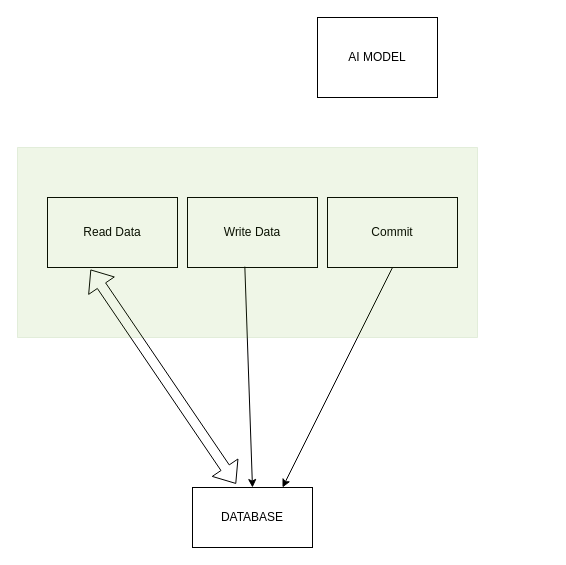
The draw.io diagram DB agent system.drawio in Aparup123/Drawio, before the edit. Source tidied: cells renumbered, new cells numbered last; positions are measured from the earlier drawing's top-left corner, leaving out a move shared by most shapes. Both pictures are drawn from the tidied source at 100%, with x=0, y=0 at pixel (17, 17).
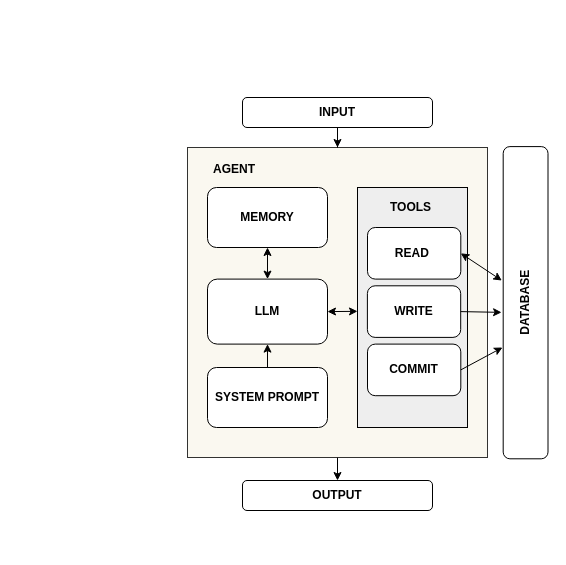
The same page after the edit.

The edit, as a diff of the source:
```diff
@@
+    <mxCell id="11" style="edgeStyle=orthogonalEdgeStyle;rounded=0;jettySize=auto;html=1;" parent="1" edge="1" source="12" target="25">
+      <mxGeometry relative="1" as="geometry" />
+    </mxCell>
+    <mxCell id="12" style="rounded=0;whiteSpace=wrap;html=1;shadow=0;glass=0;opacity=80;fillColor=#f9f7ed;strokeColor=default;" parent="1" vertex="1">
+      <mxGeometry x="170" y="130" width="300" height="310" as="geometry" />
+    </mxCell>
+    <mxCell id="13" style="rounded=0;whiteSpace=wrap;html=1;fillColor=#eeeeee;strokeColor=default;" parent="1" vertex="1">
+      <mxGeometry x="340" y="170" width="110" height="240" as="geometry" />
+    </mxCell>
-    <mxCell id="2" value="AI MODEL" style="rounded=0;whiteSpace=wrap;html=1;" parent="1" vertex="1">
-      <mxGeometry x="300" width="120" height="80" as="geometry" />
+    <mxCell id="2" value="&lt;font face=&quot;Helvetica&quot;&gt;&lt;b&gt;LLM&lt;/b&gt;&lt;/font&gt;" style="rounded=1;whiteSpace=wrap;html=1;" parent="1" vertex="1">
+      <mxGeometry x="190" y="261.6" width="120" height="65" as="geometry" />
     </mxCell>
-    <mxCell id="3" value="DATABASE" style="rounded=0;whiteSpace=wrap;html=1;" parent="1" vertex="1">
-      <mxGeometry x="175" y="470" width="120" height="60" as="geometry" />
+    <mxCell id="3" value="&lt;font face=&quot;Helvetica&quot;&gt;&lt;b&gt;DATABASE&lt;/b&gt;&lt;/font&gt;" style="rounded=1;whiteSpace=wrap;html=1;rotation=-90;" parent="1" vertex="1">
+      <mxGeometry x="352" y="262.8" width="312.2" height="44.8" as="geometry" />
     </mxCell>
+    <mxCell id="14" style="edgeStyle=orthogonalEdgeStyle;rounded=0;jettySize=auto;html=1;entryX=0.5;entryY=0;entryDx=0;entryDy=0;" parent="1" edge="1" source="15" target="12">
+      <mxGeometry relative="1" as="geometry" />
+    </mxCell>
+    <mxCell id="15" value="&lt;pre&gt;&lt;font face=&quot;Helvetica&quot;&gt;&lt;b&gt;INPUT&lt;/b&gt;&lt;/font&gt;&lt;/pre&gt;" style="rounded=1;whiteSpace=wrap;html=1;" parent="1" vertex="1">
+      <mxGeometry x="225" y="80" width="190" height="30" as="geometry" />
+    </mxCell>
+    <mxCell id="16" value="&lt;font face=&quot;Helvetica&quot;&gt;&lt;b&gt;MEMORY&lt;/b&gt;&lt;/font&gt;" style="rounded=1;whiteSpace=wrap;html=1;" parent="1" vertex="1">
+      <mxGeometry x="190" y="170" width="120" height="60" as="geometry" />
+    </mxCell>
+    <mxCell id="17" value="&lt;font face=&quot;Helvetica&quot;&gt;&lt;b&gt;AGENT&lt;/b&gt;&lt;/font&gt;" style="text;html=1;whiteSpace=wrap;strokeColor=none;fillColor=none;align=center;verticalAlign=middle;rounded=0;" parent="1" vertex="1">
+      <mxGeometry x="187" y="137" width="60" height="30" as="geometry" />
+    </mxCell>
-    <mxCell id="4" value="Read Data" style="rounded=0;whiteSpace=wrap;html=1;" parent="1" vertex="1">
-      <mxGeometry x="30" y="180" width="130" height="70" as="geometry" />
+    <mxCell id="4" value="&lt;font face=&quot;Helvetica&quot;&gt;&lt;b&gt;READ&amp;nbsp;&lt;/b&gt;&lt;/font&gt;" style="rounded=1;whiteSpace=wrap;html=1;" parent="1" vertex="1">
+      <mxGeometry x="350" y="210" width="93.3" height="51.6" as="geometry" />
     </mxCell>
-    <mxCell id="5" value="Write Data" style="rounded=0;whiteSpace=wrap;html=1;" parent="1" vertex="1">
-      <mxGeometry x="170" y="180" width="130" height="70" as="geometry" />
+    <mxCell id="5" value="&lt;font face=&quot;Helvetica&quot;&gt;&lt;b&gt;WRITE&lt;/b&gt;&lt;/font&gt;" style="rounded=1;whiteSpace=wrap;html=1;" parent="1" vertex="1">
+      <mxGeometry x="349.9" y="268.3" width="93.3" height="51.6" as="geometry" />
     </mxCell>
-    <mxCell id="6" value="Commit" style="rounded=0;whiteSpace=wrap;html=1;" parent="1" vertex="1">
-      <mxGeometry x="310" y="180" width="130" height="70" as="geometry" />
+    <mxCell id="6" value="&lt;font face=&quot;Helvetica&quot;&gt;&lt;b&gt;COMMIT&lt;/b&gt;&lt;/font&gt;" style="rounded=1;whiteSpace=wrap;html=1;" parent="1" vertex="1">
+      <mxGeometry x="350" y="326.6" width="93.3" height="51.6" as="geometry" />
     </mxCell>
-    <mxCell id="7" style="shape=flexArrow;endArrow=classic;startArrow=classic;html=1;rounded=0;entryX=0.363;entryY=-0.061;entryDx=0;entryDy=0;entryPerimeter=0;exitX=0.331;exitY=1.029;exitDx=0;exitDy=0;exitPerimeter=0;" parent="1" edge="1" source="4" target="3">
-      <mxGeometry relative="1" as="geometry" />
-    </mxCell>
+    <mxCell id="18" value="&lt;font face=&quot;Helvetica&quot;&gt;&lt;b&gt;TOOLS&lt;/b&gt;&lt;/font&gt;" style="text;html=1;whiteSpace=wrap;strokeColor=none;fillColor=none;align=center;verticalAlign=middle;rounded=1;" parent="1" vertex="1">
+      <mxGeometry x="372" y="178.9" width="43" height="22.1" as="geometry" />
+    </mxCell>
+    <mxCell id="19" value="&lt;font face=&quot;Helvetica&quot;&gt;&lt;b&gt;SYSTEM PROMPT&lt;/b&gt;&lt;/font&gt;" style="rounded=1;whiteSpace=wrap;html=1;glass=0;shadow=0;" parent="1" vertex="1">
+      <mxGeometry x="190" y="350" width="120" height="60" as="geometry" />
+    </mxCell>
+    <mxCell id="20" style="endArrow=classic;startArrow=classic;html=1;rounded=0;entryX=1;entryY=0.5;entryDx=0;entryDy=0;exitX=0.571;exitY=-0.03;exitDx=0;exitDy=0;exitPerimeter=0;" parent="1" edge="1" source="3" target="4">
+      <mxGeometry relative="1" as="geometry" />
+    </mxCell>
-    <mxCell id="8" style="endArrow=classic;html=1;rounded=0;exitX=0.441;exitY=0.988;exitDx=0;exitDy=0;exitPerimeter=0;entryX=0.5;entryY=0;entryDx=0;entryDy=0;" parent="1" edge="1" source="5" target="3">
+    <mxCell id="8" style="endArrow=classic;html=1;rounded=0;entryX=0.469;entryY=-0.037;entryDx=0;entryDy=0;entryPerimeter=0;exitX=1;exitY=0.5;exitDx=0;exitDy=0;" parent="1" edge="1" source="5" target="3">
       <mxGeometry relative="1" as="geometry" />
     </mxCell>
-    <mxCell id="9" style="endArrow=classic;html=1;rounded=0;exitX=0.5;exitY=1;exitDx=0;exitDy=0;entryX=0.75;entryY=0;entryDx=0;entryDy=0;" parent="1" edge="1" source="6" target="3">
-      <mxGeometry relative="1" as="geometry" />
-    </mxCell>
-    <mxCell id="10" style="rounded=0;whiteSpace=wrap;html=1;fillColor=#60a917;fontColor=#ffffff;strokeColor=#2D7600;opacity=10;" parent="1" vertex="1">
-      <mxGeometry y="130" width="460" height="190" as="geometry" />
-    </mxCell>
+    <mxCell id="21" style="endArrow=classic;html=1;rounded=0;exitX=1;exitY=0.5;exitDx=0;exitDy=0;" parent="1" edge="1" source="6">
+      <mxGeometry relative="1" as="geometry">
+        <mxPoint x="485" y="330" as="targetPoint" />
+      </mxGeometry>
+    </mxCell>
+    <mxCell id="22" style="endArrow=classic;startArrow=classic;html=1;rounded=0;entryX=0.5;entryY=1;entryDx=0;entryDy=0;exitX=0.5;exitY=0;exitDx=0;exitDy=0;" parent="1" edge="1" source="2" target="16">
+      <mxGeometry relative="1" as="geometry" />
+    </mxCell>
+    <mxCell id="23" style="endArrow=classic;html=1;rounded=0;entryX=0.5;entryY=1;entryDx=0;entryDy=0;exitX=0.5;exitY=0;exitDx=0;exitDy=0;" parent="1" edge="1" source="19" target="2">
+      <mxGeometry relative="1" as="geometry" />
+    </mxCell>
+    <mxCell id="24" style="endArrow=classic;startArrow=classic;html=1;rounded=0;exitX=1;exitY=0.5;exitDx=0;exitDy=0;entryX=0;entryY=0.516;entryDx=0;entryDy=0;entryPerimeter=0;" parent="1" edge="1" source="2" target="13">
+      <mxGeometry relative="1" as="geometry" />
+    </mxCell>
+    <mxCell id="25" value="&lt;font face=&quot;Helvetica&quot;&gt;&lt;b&gt;OUTPUT&lt;/b&gt;&lt;/font&gt;" style="rounded=1;whiteSpace=wrap;html=1;" parent="1" vertex="1">
+      <mxGeometry x="225" y="463" width="190" height="30" as="geometry" />
+    </mxCell>
```
